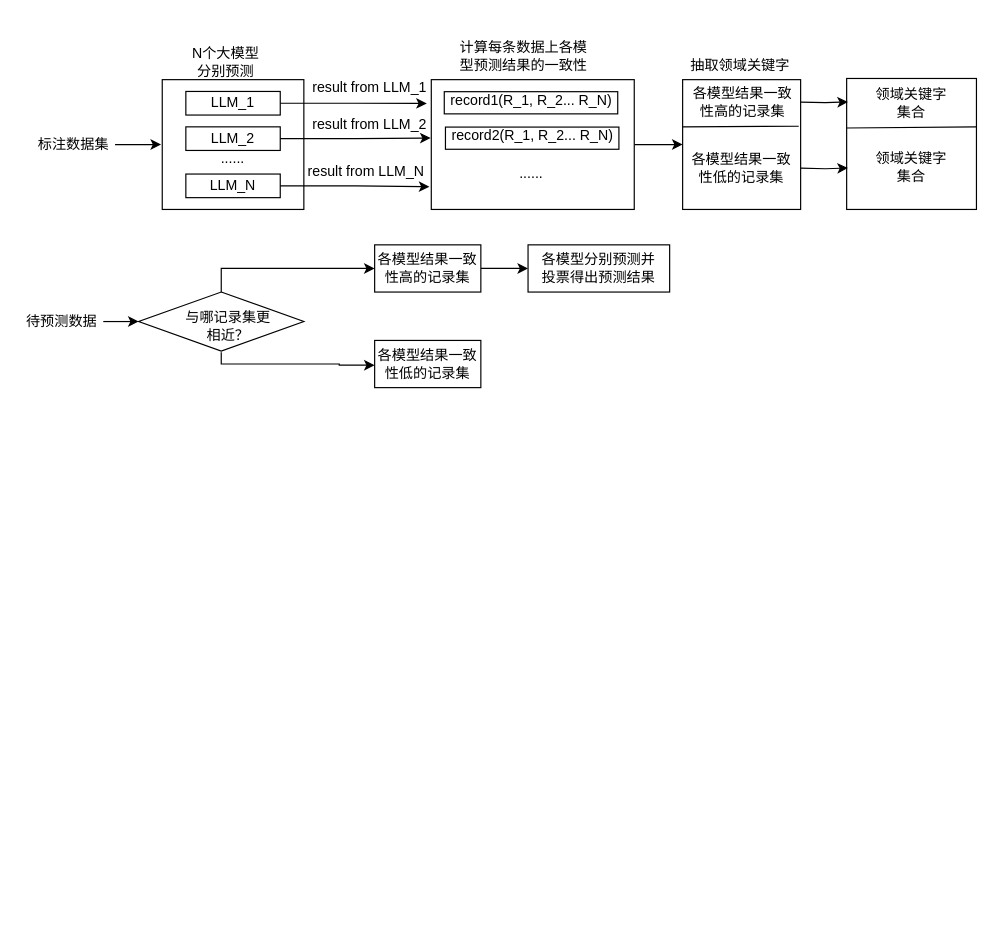
The draw.io diagram patent_模型结果集成.drawio in CindyZX/drawio_figures, before the edit. Source tidied: cells renumbered, new cells numbered last; positions are measured from the earlier drawing's top-left corner, leaving out a move shared by most shapes. Both pictures are drawn from the tidied source at 118%, with x=0, y=0 at pixel (20, 38).
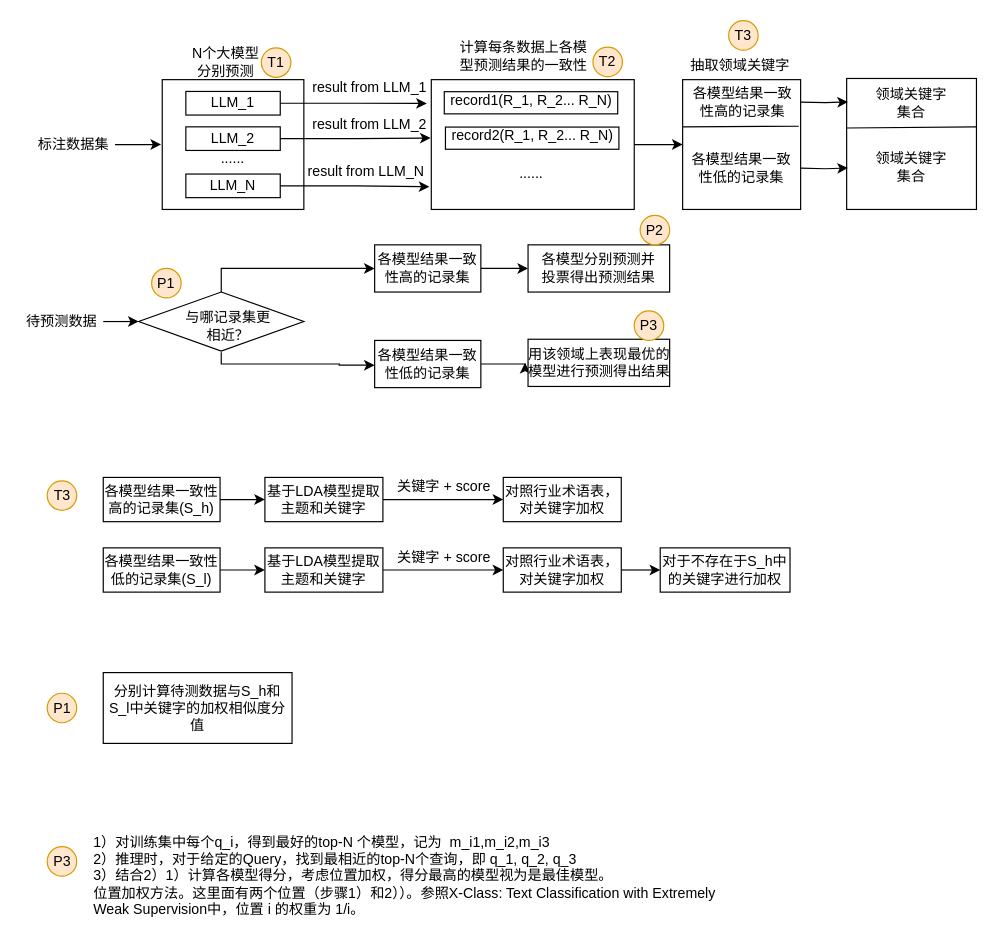
Above is the later version.

Commit message (it also covers changes not shown here):
更新patent_模型结果集成.drawio

Unchanged cells that the change refers to:
```xml
<mxCell id="40" style="group;" parent="1" vertex="1">
  <mxGeometry x="100" y="215" width="140" height="50" as="geometry" />
</mxCell>
<mxCell id="45" value="各模型结果一致性低的记录集" style="rounded=0;whiteSpace=wrap;html=1;" parent="1" vertex="1">
  <mxGeometry x="300" y="256" width="90" height="40" as="geometry" />
</mxCell>
```

Diff of the diagram source:
```diff
@@
+    <mxCell id="51" value="P1" style="ellipse;whiteSpace=wrap;html=1;fillColor=#ffe6cc;strokeColor=#d79b00;" parent="40" vertex="1">
+      <mxGeometry x="11" y="-20" width="25" height="25" as="geometry" />
+    </mxCell>
@@
+    <mxCell id="52" style="edgeStyle=orthogonalEdgeStyle;rounded=0;jettySize=auto;html=1;exitX=1;exitY=0.5;exitDx=0;exitDy=0;entryX=0;entryY=0.5;entryDx=0;entryDy=0;" parent="1" edge="1" source="45" target="54">
+      <mxGeometry relative="1" as="geometry" />
+    </mxCell>
@@
+    <mxCell id="53" style="rounded=0;whiteSpace=wrap;html=1;" parent="1" vertex="1">
+      <mxGeometry x="430" y="255" width="120" height="40" as="geometry" />
+    </mxCell>
+    <mxCell id="54" value="用该领域上表现最优的模型进行预测得出结果" style="text;html=1;align=center;verticalAlign=middle;whiteSpace=wrap;rounded=0;" parent="1" vertex="1">
+      <mxGeometry x="427.5" y="260" width="125" height="30" as="geometry" />
+    </mxCell>
+    <mxCell id="55" value="T1" style="ellipse;whiteSpace=wrap;html=1;fillColor=#ffe6cc;strokeColor=#d79b00;" parent="1" vertex="1">
+      <mxGeometry x="204" y="8" width="25" height="25" as="geometry" />
+    </mxCell>
+    <mxCell id="56" value="T2" style="ellipse;whiteSpace=wrap;html=1;fillColor=#ffe6cc;strokeColor=#d79b00;" parent="1" vertex="1">
+      <mxGeometry x="485" y="7.5" width="25" height="25" as="geometry" />
+    </mxCell>
+    <mxCell id="57" value="T3" style="ellipse;whiteSpace=wrap;html=1;fillColor=#ffe6cc;strokeColor=#d79b00;" parent="1" vertex="1">
+      <mxGeometry x="600" y="-15" width="25" height="25" as="geometry" />
+    </mxCell>
+    <mxCell id="58" value="P2" style="ellipse;whiteSpace=wrap;html=1;fillColor=#ffe6cc;strokeColor=#d79b00;" parent="1" vertex="1">
+      <mxGeometry x="525" y="150" width="25" height="25" as="geometry" />
+    </mxCell>
+    <mxCell id="59" value="P3" style="ellipse;whiteSpace=wrap;html=1;fillColor=#ffe6cc;strokeColor=#d79b00;" parent="1" vertex="1">
+      <mxGeometry x="520" y="231" width="25" height="25" as="geometry" />
+    </mxCell>
+    <mxCell id="60" value="T3" style="ellipse;whiteSpace=wrap;html=1;fillColor=#ffe6cc;strokeColor=#d79b00;" parent="1" vertex="1">
+      <mxGeometry x="22.5" y="375" width="25" height="25" as="geometry" />
+    </mxCell>
+    <mxCell id="61" style="edgeStyle=orthogonalEdgeStyle;rounded=0;jettySize=auto;html=1;exitX=1;exitY=0.5;exitDx=0;exitDy=0;entryX=0;entryY=0.5;entryDx=0;entryDy=0;" parent="1" edge="1" source="62" target="63">
+      <mxGeometry relative="1" as="geometry" />
+    </mxCell>
+    <mxCell id="62" value="基于LDA模型提取主题和关键字" style="rounded=0;whiteSpace=wrap;html=1;" parent="1" vertex="1">
+      <mxGeometry x="207" y="372.1" width="100" height="37.5" as="geometry" />
+    </mxCell>
+    <mxCell id="63" value="对照行业术语表，对关键字加权" style="rounded=0;whiteSpace=wrap;html=1;" parent="1" vertex="1">
+      <mxGeometry x="409" y="372.1" width="100" height="37.5" as="geometry" />
+    </mxCell>
+    <mxCell id="64" value="关键字 + score" style="text;html=1;align=center;verticalAlign=middle;whiteSpace=wrap;rounded=0;" parent="1" vertex="1">
+      <mxGeometry x="314" y="365.4" width="90" height="30" as="geometry" />
+    </mxCell>
+    <mxCell id="65" style="edgeStyle=orthogonalEdgeStyle;rounded=0;jettySize=auto;html=1;exitX=1;exitY=0.5;exitDx=0;exitDy=0;entryX=0;entryY=0.5;entryDx=0;entryDy=0;" parent="1" edge="1" source="66" target="62">
+      <mxGeometry relative="1" as="geometry" />
+    </mxCell>
+    <mxCell id="66" value="各模型结果一致性高的记录集(S_h)" style="rounded=0;whiteSpace=wrap;html=1;" parent="1" vertex="1">
+      <mxGeometry x="70" y="372.1" width="99" height="37.5" as="geometry" />
+    </mxCell>
+    <mxCell id="67" style="edgeStyle=orthogonalEdgeStyle;rounded=0;jettySize=auto;html=1;exitX=1;exitY=0.5;exitDx=0;exitDy=0;entryX=0;entryY=0.5;entryDx=0;entryDy=0;" parent="1" edge="1" source="68" target="70">
+      <mxGeometry relative="1" as="geometry" />
+    </mxCell>
+    <mxCell id="68" value="基于LDA模型提取主题和关键字" style="rounded=0;whiteSpace=wrap;html=1;" parent="1" vertex="1">
+      <mxGeometry x="207" y="431.8" width="100" height="37.5" as="geometry" />
+    </mxCell>
+    <mxCell id="69" style="edgeStyle=orthogonalEdgeStyle;rounded=0;jettySize=auto;html=1;exitX=1;exitY=0.5;exitDx=0;exitDy=0;entryX=0;entryY=0.5;entryDx=0;entryDy=0;" parent="1" edge="1" source="70" target="74">
+      <mxGeometry relative="1" as="geometry" />
+    </mxCell>
+    <mxCell id="70" value="对照行业术语表，对关键字加权" style="rounded=0;whiteSpace=wrap;html=1;" parent="1" vertex="1">
+      <mxGeometry x="409" y="431.8" width="100" height="37.5" as="geometry" />
+    </mxCell>
+    <mxCell id="71" value="关键字 + score" style="text;html=1;align=center;verticalAlign=middle;whiteSpace=wrap;rounded=0;" parent="1" vertex="1">
+      <mxGeometry x="314" y="425" width="90" height="30" as="geometry" />
+    </mxCell>
+    <mxCell id="72" style="edgeStyle=orthogonalEdgeStyle;rounded=0;jettySize=auto;html=1;exitX=1;exitY=0.5;exitDx=0;exitDy=0;entryX=0;entryY=0.5;entryDx=0;entryDy=0;" parent="1" edge="1" source="73" target="68">
+      <mxGeometry relative="1" as="geometry" />
+    </mxCell>
+    <mxCell id="73" value="各模型结果一致性低的记录集(S_l)" style="rounded=0;whiteSpace=wrap;html=1;" parent="1" vertex="1">
+      <mxGeometry x="70" y="431.8" width="99" height="37.5" as="geometry" />
+    </mxCell>
+    <mxCell id="74" value="对于不存在于S_h中的关键字进行加权" style="rounded=0;whiteSpace=wrap;html=1;" parent="1" vertex="1">
+      <mxGeometry x="542" y="431.8" width="110" height="37.5" as="geometry" />
+    </mxCell>
+    <mxCell id="75" value="P1" style="ellipse;whiteSpace=wrap;html=1;fillColor=#ffe6cc;strokeColor=#d79b00;" parent="1" vertex="1">
+      <mxGeometry x="22.5" y="555" width="25" height="25" as="geometry" />
+    </mxCell>
+    <mxCell id="76" value="分别计算待测数据与S_h和S_l中关键字的加权相似度分值" style="rounded=0;whiteSpace=wrap;html=1;" parent="1" vertex="1">
+      <mxGeometry x="70" y="537.5" width="160" height="60" as="geometry" />
+    </mxCell>
+    <mxCell id="77" value="P3" style="ellipse;whiteSpace=wrap;html=1;fillColor=#ffe6cc;strokeColor=#d79b00;" parent="1" vertex="1">
+      <mxGeometry x="22.5" y="685" width="25" height="25" as="geometry" />
+    </mxCell>
+    <mxCell id="78" value="&lt;div&gt;1）对训练集中每个q_i，得到最好的top-N 个模型，记为&amp;nbsp; m_i1,m_i2,m_i3&lt;/div&gt;&lt;div&gt;2）推理时，对于给定的Query，找到最相近的top-N个查询，即 q_1, q_2, q_3&lt;/div&gt;&lt;div&gt;3）结合2）1）计算各模型得分，考虑位置加权，得分最高的模型视为是最佳模型。&lt;/div&gt;&lt;div&gt;位置加权方法。这里面有两个位置（步骤1）和2））。参照X-Class: Text Classification with Extremely Weak Supervision中，位置 i 的权重为 1/i。&lt;/div&gt;" style="text;html=1;align=left;verticalAlign=middle;whiteSpace=wrap;rounded=0;" parent="1" vertex="1">
+      <mxGeometry x="60" y="695" width="530" height="30" as="geometry" />
+    </mxCell>
```
